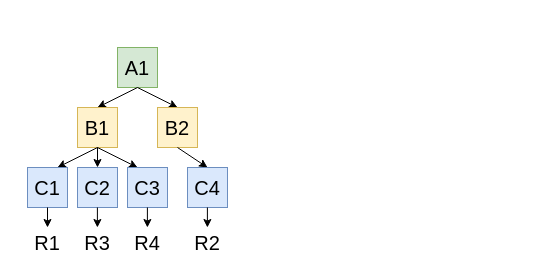
This is documentation/illustrations/radix_tree.drawio from sakshamrathi21/Structured_LLM_Optimization, a draw.io file, before an edit. Source tidied: cells renumbered, new cells numbered last; positions are measured from the earlier drawing's top-left corner, leaving out a move shared by most shapes. Both pictures are drawn from the tidied source at 100%, with x=0, y=0 at pixel (17, 47).
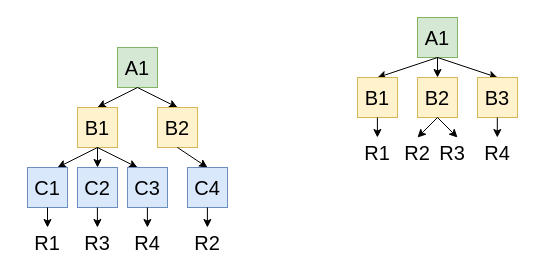
The same diagram, later.

Diff of the diagram source:
```diff
@@
+    <mxCell id="23" value="&lt;font style=&quot;font-size: 20px;&quot;&gt;A1&lt;/font&gt;" style="rounded=0;whiteSpace=wrap;html=1;fillColor=#d5e8d4;strokeColor=#82b366;" parent="1" vertex="1">
+      <mxGeometry x="400" y="-30" width="40" height="40" as="geometry" />
+    </mxCell>
+    <mxCell id="24" style="endArrow=classic;html=1;rounded=0;exitX=0.5;exitY=1;exitDx=0;exitDy=0;entryX=0.5;entryY=0;entryDx=0;entryDy=0;" parent="1" edge="1" source="23" target="25">
+      <mxGeometry relative="1" as="geometry" />
+    </mxCell>
+    <mxCell id="25" value="&lt;font style=&quot;font-size: 20px;&quot;&gt;B1&lt;/font&gt;" style="rounded=0;whiteSpace=wrap;html=1;fillColor=#fff2cc;strokeColor=#d6b656;" parent="1" vertex="1">
+      <mxGeometry x="340" y="30" width="40" height="40" as="geometry" />
+    </mxCell>
+    <mxCell id="26" style="endArrow=classic;html=1;rounded=0;entryX=0.5;entryY=0;entryDx=0;entryDy=0;" parent="1" edge="1" target="27">
+      <mxGeometry relative="1" as="geometry">
+        <mxPoint x="420" y="10" as="sourcePoint" />
+      </mxGeometry>
+    </mxCell>
+    <mxCell id="27" value="&lt;font style=&quot;font-size: 20px;&quot;&gt;B2&lt;/font&gt;" style="rounded=0;whiteSpace=wrap;html=1;fillColor=#fff2cc;strokeColor=#d6b656;" parent="1" vertex="1">
+      <mxGeometry x="400" y="30" width="40" height="40" as="geometry" />
+    </mxCell>
+    <mxCell id="28" style="endArrow=classic;html=1;rounded=0;exitX=0.5;exitY=1;exitDx=0;exitDy=0;" parent="1" edge="1" source="23">
+      <mxGeometry relative="1" as="geometry">
+        <mxPoint x="480" y="30" as="targetPoint" />
+      </mxGeometry>
+    </mxCell>
+    <mxCell id="29" value="&lt;font style=&quot;font-size: 20px;&quot;&gt;B3&lt;/font&gt;" style="rounded=0;whiteSpace=wrap;html=1;fillColor=#fff2cc;strokeColor=#d6b656;" parent="1" vertex="1">
+      <mxGeometry x="460" y="30" width="40" height="40" as="geometry" />
+    </mxCell>
+    <mxCell id="30" style="endArrow=classic;html=1;rounded=0;" parent="1" edge="1">
+      <mxGeometry relative="1" as="geometry">
+        <mxPoint x="359.9" y="70" as="sourcePoint" />
+        <mxPoint x="359.9" y="90" as="targetPoint" />
+      </mxGeometry>
+    </mxCell>
+    <mxCell id="31" value="&lt;font style=&quot;font-size: 20px;&quot;&gt;R1&lt;/font&gt;" style="text;html=1;whiteSpace=wrap;strokeColor=none;fillColor=none;align=center;verticalAlign=middle;rounded=0;" parent="1" vertex="1">
+      <mxGeometry x="330" y="90" width="60" height="30" as="geometry" />
+    </mxCell>
+    <mxCell id="32" style="endArrow=classic;html=1;rounded=0;exitX=0.5;exitY=1;exitDx=0;exitDy=0;" parent="1" edge="1" source="27">
+      <mxGeometry relative="1" as="geometry">
+        <mxPoint x="400" y="90" as="targetPoint" />
+      </mxGeometry>
+    </mxCell>
+    <mxCell id="33" value="&lt;font style=&quot;font-size: 20px;&quot;&gt;R2&lt;/font&gt;" style="text;html=1;whiteSpace=wrap;strokeColor=none;fillColor=none;align=center;verticalAlign=middle;rounded=0;" parent="1" vertex="1">
+      <mxGeometry x="370" y="90" width="60" height="30" as="geometry" />
+    </mxCell>
+    <mxCell id="34" style="endArrow=classic;html=1;rounded=0;" parent="1" edge="1">
+      <mxGeometry relative="1" as="geometry">
+        <mxPoint x="420" y="70" as="sourcePoint" />
+        <mxPoint x="440" y="90" as="targetPoint" />
+      </mxGeometry>
+    </mxCell>
+    <mxCell id="35" value="&lt;font style=&quot;font-size: 20px;&quot;&gt;R3&lt;/font&gt;" style="text;html=1;whiteSpace=wrap;strokeColor=none;fillColor=none;align=center;verticalAlign=middle;rounded=0;" parent="1" vertex="1">
+      <mxGeometry x="405" y="90" width="60" height="30" as="geometry" />
+    </mxCell>
+    <mxCell id="36" value="&lt;font style=&quot;font-size: 20px;&quot;&gt;R4&lt;/font&gt;" style="text;html=1;whiteSpace=wrap;strokeColor=none;fillColor=none;align=center;verticalAlign=middle;rounded=0;" parent="1" vertex="1">
+      <mxGeometry x="450" y="90" width="60" height="30" as="geometry" />
+    </mxCell>
+    <mxCell id="37" style="endArrow=classic;html=1;rounded=0;" parent="1" edge="1">
+      <mxGeometry relative="1" as="geometry">
+        <mxPoint x="479.8" y="70" as="sourcePoint" />
+        <mxPoint x="479.8" y="90" as="targetPoint" />
+      </mxGeometry>
+    </mxCell>
```
